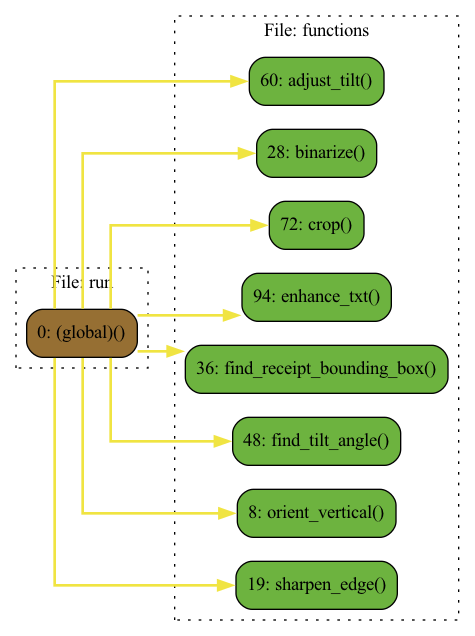
Earlier version of the Graphviz export flowchart/out.png (jaelin215/wesplit-demo). Its source is kept beside it as flowchart/out.gv. The source it was exported from:
```dot
digraph G {
concentrate=true;
splines="ortho";
rankdir="LR";
node_ee4c6fa9 [label="60: adjust_tilt()" name="functions::adjust_tilt" shape="rect" style="rounded,filled" fillcolor="#6db33f" ];
node_95cf4e20 [label="28: binarize()" name="functions::binarize" shape="rect" style="rounded,filled" fillcolor="#6db33f" ];
node_a974eaab [label="72: crop()" name="functions::crop" shape="rect" style="rounded,filled" fillcolor="#6db33f" ];
node_eaabc753 [label="94: enhance_txt()" name="functions::enhance_txt" shape="rect" style="rounded,filled" fillcolor="#6db33f" ];
node_62612ac0 [label="36: find_receipt_bounding_box()" name="functions::find_receipt_bounding_box" shape="rect" style="rounded,filled" fillcolor="#6db33f" ];
node_1ba12e2d [label="48: find_tilt_angle()" name="functions::find_tilt_angle" shape="rect" style="rounded,filled" fillcolor="#6db33f" ];
node_ba46fb7b [label="8: orient_vertical()" name="functions::orient_vertical" shape="rect" style="rounded,filled" fillcolor="#6db33f" ];
node_127dc1ea [label="19: sharpen_edge()" name="functions::sharpen_edge" shape="rect" style="rounded,filled" fillcolor="#6db33f" ];
node_973d1094 [label="0: (global)()" name="run::(global)" shape="rect" style="rounded,filled" fillcolor="#966F33" ];
node_973d1094 -> node_ee4c6fa9 [color="#F0E442" penwidth="2"];
node_973d1094 -> node_95cf4e20 [color="#F0E442" penwidth="2"];
node_973d1094 -> node_a974eaab [color="#F0E442" penwidth="2"];
node_973d1094 -> node_eaabc753 [color="#F0E442" penwidth="2"];
node_973d1094 -> node_62612ac0 [color="#F0E442" penwidth="2"];
node_973d1094 -> node_1ba12e2d [color="#F0E442" penwidth="2"];
node_973d1094 -> node_ba46fb7b [color="#F0E442" penwidth="2"];
node_973d1094 -> node_127dc1ea [color="#F0E442" penwidth="2"];
subgraph cluster_1bf426ca {
    node_ba46fb7b node_127dc1ea node_95cf4e20 node_62612ac0 node_1ba12e2d node_ee4c6fa9 node_a974eaab node_eaabc753;
    label="File: functions";
    name="functions";
    style="filled";
    graph[style=dotted];
};
subgraph cluster_730cfe8e {
    node_973d1094;
    label="File: run";
    name="run";
    style="filled";
    graph[style=dotted];
};
}
```
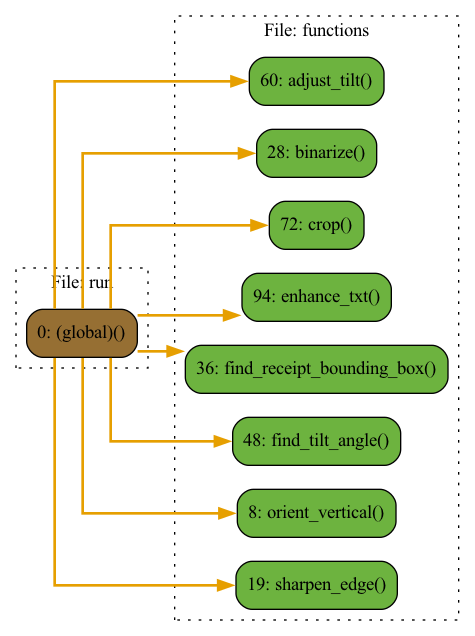
The same diagram one commit later.

Change to the diagram source:
```diff
@@ -2,32 +2,32 @@
 concentrate=true;
 splines="ortho";
 rankdir="LR";
-node_ee4c6fa9 [label="60: adjust_tilt()" name="functions::adjust_tilt" shape="rect" style="rounded,filled" fillcolor="#6db33f" ];
-node_95cf4e20 [label="28: binarize()" name="functions::binarize" shape="rect" style="rounded,filled" fillcolor="#6db33f" ];
-node_a974eaab [label="72: crop()" name="functions::crop" shape="rect" style="rounded,filled" fillcolor="#6db33f" ];
-node_eaabc753 [label="94: enhance_txt()" name="functions::enhance_txt" shape="rect" style="rounded,filled" fillcolor="#6db33f" ];
-node_62612ac0 [label="36: find_receipt_bounding_box()" name="functions::find_receipt_bounding_box" shape="rect" style="rounded,filled" fillcolor="#6db33f" ];
-node_1ba12e2d [label="48: find_tilt_angle()" name="functions::find_tilt_angle" shape="rect" style="rounded,filled" fillcolor="#6db33f" ];
-node_ba46fb7b [label="8: orient_vertical()" name="functions::orient_vertical" shape="rect" style="rounded,filled" fillcolor="#6db33f" ];
-node_127dc1ea [label="19: sharpen_edge()" name="functions::sharpen_edge" shape="rect" style="rounded,filled" fillcolor="#6db33f" ];
-node_973d1094 [label="0: (global)()" name="run::(global)" shape="rect" style="rounded,filled" fillcolor="#966F33" ];
-node_973d1094 -> node_ee4c6fa9 [color="#F0E442" penwidth="2"];
-node_973d1094 -> node_95cf4e20 [color="#F0E442" penwidth="2"];
-node_973d1094 -> node_a974eaab [color="#F0E442" penwidth="2"];
-node_973d1094 -> node_eaabc753 [color="#F0E442" penwidth="2"];
-node_973d1094 -> node_62612ac0 [color="#F0E442" penwidth="2"];
-node_973d1094 -> node_1ba12e2d [color="#F0E442" penwidth="2"];
-node_973d1094 -> node_ba46fb7b [color="#F0E442" penwidth="2"];
-node_973d1094 -> node_127dc1ea [color="#F0E442" penwidth="2"];
-subgraph cluster_1bf426ca {
-    node_ba46fb7b node_127dc1ea node_95cf4e20 node_62612ac0 node_1ba12e2d node_ee4c6fa9 node_a974eaab node_eaabc753;
+node_6fc1354a [label="60: adjust_tilt()" name="functions::adjust_tilt" shape="rect" style="rounded,filled" fillcolor="#6db33f" ];
+node_36203607 [label="28: binarize()" name="functions::binarize" shape="rect" style="rounded,filled" fillcolor="#6db33f" ];
+node_8314b5c1 [label="72: crop()" name="functions::crop" shape="rect" style="rounded,filled" fillcolor="#6db33f" ];
+node_b2cdae68 [label="94: enhance_txt()" name="functions::enhance_txt" shape="rect" style="rounded,filled" fillcolor="#6db33f" ];
+node_57038f6f [label="36: find_receipt_bounding_box()" name="functions::find_receipt_bounding_box" shape="rect" style="rounded,filled" fillcolor="#6db33f" ];
+node_c544400e [label="48: find_tilt_angle()" name="functions::find_tilt_angle" shape="rect" style="rounded,filled" fillcolor="#6db33f" ];
+node_2aaf815c [label="8: orient_vertical()" name="functions::orient_vertical" shape="rect" style="rounded,filled" fillcolor="#6db33f" ];
+node_23a1cedf [label="19: sharpen_edge()" name="functions::sharpen_edge" shape="rect" style="rounded,filled" fillcolor="#6db33f" ];
+node_51935719 [label="0: (global)()" name="run::(global)" shape="rect" style="rounded,filled" fillcolor="#966F33" ];
+node_51935719 -> node_6fc1354a [color="#E69F00" penwidth="2"];
+node_51935719 -> node_36203607 [color="#E69F00" penwidth="2"];
+node_51935719 -> node_8314b5c1 [color="#E69F00" penwidth="2"];
+node_51935719 -> node_b2cdae68 [color="#E69F00" penwidth="2"];
+node_51935719 -> node_57038f6f [color="#E69F00" penwidth="2"];
+node_51935719 -> node_c544400e [color="#E69F00" penwidth="2"];
+node_51935719 -> node_2aaf815c [color="#E69F00" penwidth="2"];
+node_51935719 -> node_23a1cedf [color="#E69F00" penwidth="2"];
+subgraph cluster_3ad7340d {
+    node_2aaf815c node_23a1cedf node_36203607 node_57038f6f node_c544400e node_6fc1354a node_8314b5c1 node_b2cdae68;
     label="File: functions";
     name="functions";
     style="filled";
     graph[style=dotted];
 };
-subgraph cluster_730cfe8e {
-    node_973d1094;
+subgraph cluster_94aff301 {
+    node_51935719;
     label="File: run";
     name="run";
     style="filled";
```
